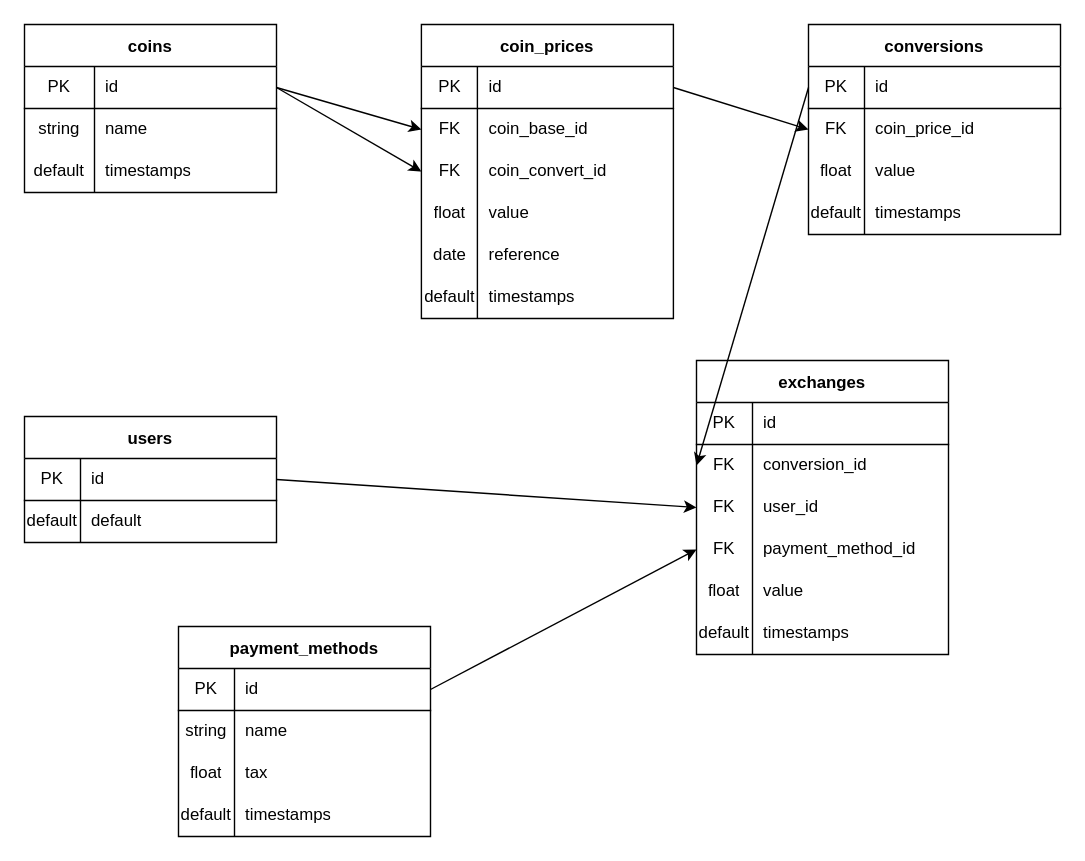
Oliveira-Trust/desafio-desenvolvedor keeps this draw.io diagram as analise-requisitos/modelo.drawio. Above is the earlier version. Source tidied: cells renumbered, new cells numbered last; positions are measured from the earlier drawing's top-left corner, leaving out a move shared by most shapes. Both pictures are drawn from the tidied source at 140%, with x=0, y=0 at pixel (24, 24).
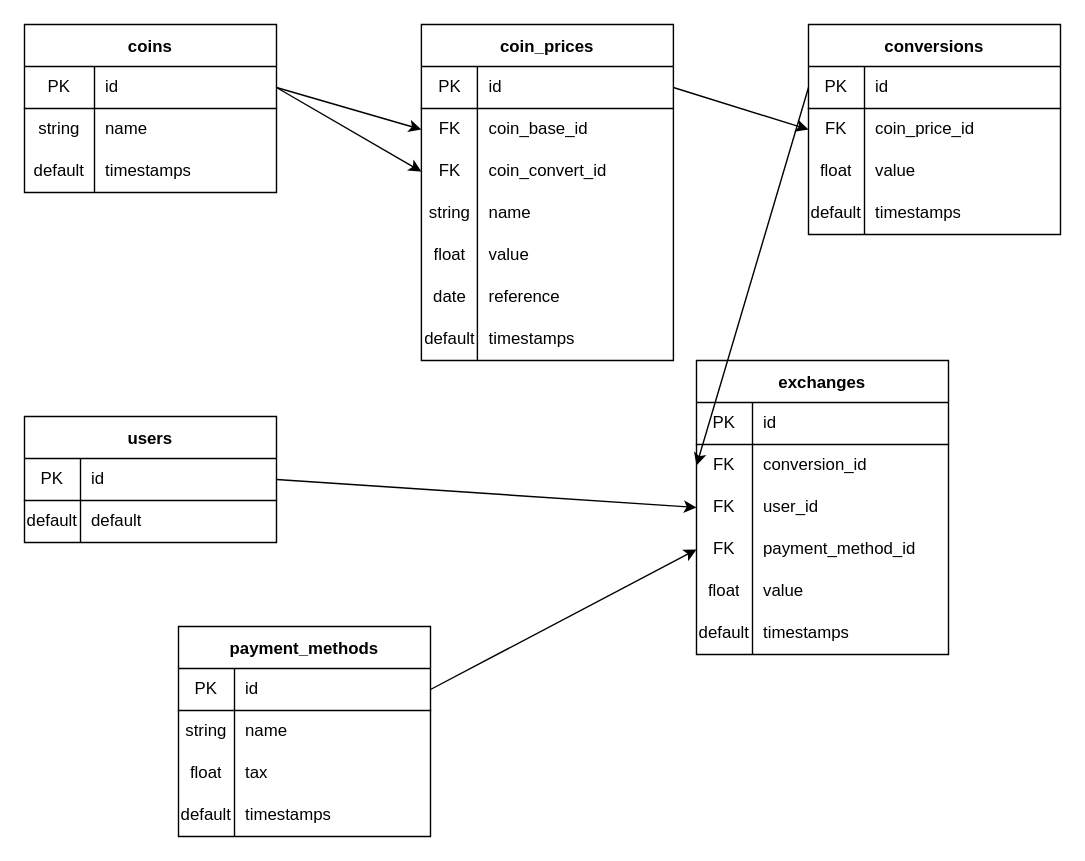
The same page after the edit.

Commit message:
atualizado modelo de analise

Diff of the diagram source:
```diff
@@
     <mxCell id="51" value="coin_prices" style="shape=table;startSize=30;childLayout=tableLayout;rowLines=0;fontStyle=1;align=center;" parent="1" vertex="1">
-      <mxGeometry x="283.5" width="180" height="210" as="geometry" />
+      <mxGeometry x="283.5" width="180" height="240" as="geometry" />
     </mxCell>
@@
+    <mxCell id="89" style="shape=partialRectangle;html=1;whiteSpace=wrap;fillColor=none;top=0;left=0;bottom=0;right=0;" parent="51" vertex="1">
+      <mxGeometry y="120" width="180" height="30" as="geometry" />
+    </mxCell>
+    <mxCell id="90" value="string" style="shape=partialRectangle;html=1;whiteSpace=wrap;fillColor=none;top=0;left=0;bottom=0;right=0;overflow=hidden;" parent="89" vertex="1">
+      <mxGeometry width="40" height="30" as="geometry" />
+    </mxCell>
+    <mxCell id="91" value="name" style="shape=partialRectangle;html=1;whiteSpace=wrap;fillColor=none;top=0;left=0;bottom=0;right=0;align=left;spacingLeft=6;overflow=hidden;" parent="89" vertex="1">
+      <mxGeometry x="40" width="140" height="30" as="geometry" />
+    </mxCell>
     <mxCell id="61" style="shape=partialRectangle;html=1;whiteSpace=wrap;fillColor=none;top=0;left=0;bottom=0;right=0;" parent="51" vertex="1">
-      <mxGeometry y="120" width="180" height="30" as="geometry" />
+      <mxGeometry y="150" width="180" height="30" as="geometry" />
     </mxCell>
@@
     <mxCell id="64" style="shape=partialRectangle;html=1;whiteSpace=wrap;fillColor=none;top=0;left=0;bottom=0;right=0;" parent="51" vertex="1">
-      <mxGeometry y="150" width="180" height="30" as="geometry" />
+      <mxGeometry y="180" width="180" height="30" as="geometry" />
     </mxCell>
@@
     <mxCell id="67" style="shape=partialRectangle;html=1;whiteSpace=wrap;fillColor=none;top=0;left=0;bottom=0;right=0;" parent="51" vertex="1">
-      <mxGeometry y="180" width="180" height="30" as="geometry" />
+      <mxGeometry y="210" width="180" height="30" as="geometry" />
     </mxCell>
```
